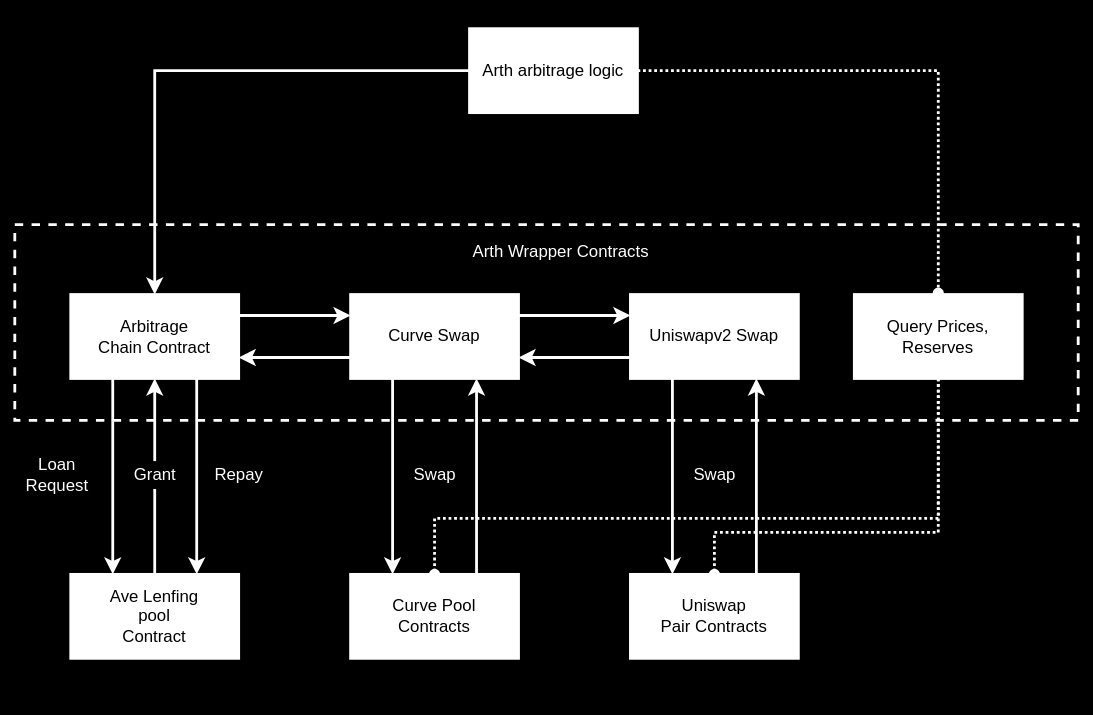
arth-arbitrage/arth-contract keeps this draw.io diagram as docs/chain-contract.drawio.svg. Above is the earlier version. Source tidied: cells renumbered, new cells last; positions are measured from the earlier drawing's top-left corner, leaving out a move shared by most shapes. Its diagram source:
```xml
<mxGraphModel background="#000000">
  <root>
    <mxCell id="0" />
    <mxCell id="1" parent="0" />
    <mxCell id="2" style="rounded=0;whiteSpace=wrap;html=1;strokeColor=#006EAF;strokeWidth=1;opacity=0;perimeterSpacing=1;fontColor=#ffffff;fillColor=#FFFFFF;" parent="1" vertex="1">
      <mxGeometry width="780" height="510" as="geometry" />
    </mxCell>
    <mxCell id="3" style="whiteSpace=wrap;html=1;align=left;dashed=1;fillColor=none;perimeterSpacing=1;strokeWidth=2;strokeColor=#FFFFFF;" parent="1" vertex="1">
      <mxGeometry x="10" y="160" width="760" height="140" as="geometry" />
    </mxCell>
    <mxCell id="4" style="edgeStyle=none;rounded=0;jettySize=auto;html=1;exitX=1;exitY=0.25;exitDx=0;exitDy=0;entryX=0;entryY=0.25;entryDx=0;entryDy=0;strokeColor=#FFFFFF;strokeWidth=2;" parent="1" edge="1" source="7" target="10">
      <mxGeometry relative="1" as="geometry" />
    </mxCell>
    <mxCell id="5" style="edgeStyle=none;rounded=0;jettySize=auto;html=1;exitX=0;exitY=0.75;exitDx=0;exitDy=0;entryX=1;entryY=0.75;entryDx=0;entryDy=0;strokeColor=#FFFFFF;strokeWidth=2;" parent="1" edge="1" source="7" target="23">
      <mxGeometry relative="1" as="geometry" />
    </mxCell>
    <mxCell id="6" style="edgeStyle=none;rounded=0;jettySize=auto;html=1;exitX=0.25;exitY=1;exitDx=0;exitDy=0;entryX=0.25;entryY=0;entryDx=0;entryDy=0;strokeColor=#FFFFFF;strokeWidth=2;" parent="1" edge="1" source="7" target="17">
      <mxGeometry relative="1" as="geometry" />
    </mxCell>
    <mxCell id="7" value="Curve Swap" style="whiteSpace=wrap;html=1;strokeColor=#FFFFFF;strokeWidth=2;" parent="1" vertex="1">
      <mxGeometry x="250" y="210" width="120" height="60" as="geometry" />
    </mxCell>
    <mxCell id="8" style="edgeStyle=none;rounded=0;jettySize=auto;html=1;exitX=0;exitY=0.75;exitDx=0;exitDy=0;entryX=1;entryY=0.75;entryDx=0;entryDy=0;strokeColor=#FFFFFF;strokeWidth=2;" parent="1" edge="1" source="10" target="7">
      <mxGeometry relative="1" as="geometry" />
    </mxCell>
    <mxCell id="9" style="edgeStyle=none;rounded=0;jettySize=auto;html=1;exitX=0.25;exitY=1;exitDx=0;exitDy=0;entryX=0.25;entryY=0;entryDx=0;entryDy=0;strokeColor=#FFFFFF;strokeWidth=2;" parent="1" edge="1" source="10" target="19">
      <mxGeometry relative="1" as="geometry" />
    </mxCell>
    <mxCell id="10" value="Uniswapv2 Swap" style="whiteSpace=wrap;html=1;strokeColor=#FFFFFF;strokeWidth=2;" parent="1" vertex="1">
      <mxGeometry x="450" y="210" width="120" height="60" as="geometry" />
    </mxCell>
    <mxCell id="11" style="edgeStyle=none;rounded=0;jettySize=auto;html=1;exitX=0.5;exitY=0;exitDx=0;exitDy=0;entryX=0.5;entryY=1;entryDx=0;entryDy=0;strokeColor=#FFFFFF;strokeWidth=2;" parent="1" edge="1" source="12" target="23">
      <mxGeometry relative="1" as="geometry" />
    </mxCell>
    <mxCell id="12" value="Ave Lenfing &lt;br&gt;pool&lt;br&gt;Contract" style="whiteSpace=wrap;html=1;strokeColor=#FFFFFF;strokeWidth=2;" parent="1" vertex="1">
      <mxGeometry x="50" y="410" width="120" height="60" as="geometry" />
    </mxCell>
    <mxCell id="13" style="edgeStyle=orthogonalEdgeStyle;rounded=0;jettySize=auto;html=1;entryX=0.5;entryY=0;entryDx=0;entryDy=0;strokeColor=#FFFFFF;strokeWidth=2;" parent="1" edge="1" source="15" target="23">
      <mxGeometry relative="1" as="geometry" />
    </mxCell>
    <mxCell id="14" style="edgeStyle=orthogonalEdgeStyle;rounded=0;jettySize=auto;html=1;dashed=1;dashPattern=1 1;endArrow=oval;endFill=1;targetPerimeterSpacing=1;strokeColor=#FFFFFF;strokeWidth=2;" parent="1" edge="1" source="15" target="30">
      <mxGeometry relative="1" as="geometry" />
    </mxCell>
    <mxCell id="15" value="Arth arbitrage logic" style="whiteSpace=wrap;html=1;strokeColor=#FFFFFF;strokeWidth=2;" parent="1" vertex="1">
      <mxGeometry x="335" y="20" width="120" height="60" as="geometry" />
    </mxCell>
    <mxCell id="16" style="edgeStyle=none;rounded=0;jettySize=auto;html=1;exitX=0.75;exitY=0;exitDx=0;exitDy=0;entryX=0.75;entryY=1;entryDx=0;entryDy=0;strokeColor=#FFFFFF;strokeWidth=2;" parent="1" edge="1" source="17" target="7">
      <mxGeometry relative="1" as="geometry" />
    </mxCell>
    <mxCell id="17" value="Curve Pool &lt;br&gt;Contracts" style="whiteSpace=wrap;html=1;strokeColor=#FFFFFF;strokeWidth=2;" parent="1" vertex="1">
      <mxGeometry x="250" y="410" width="120" height="60" as="geometry" />
    </mxCell>
    <mxCell id="18" style="edgeStyle=none;rounded=0;jettySize=auto;html=1;exitX=0.75;exitY=0;exitDx=0;exitDy=0;entryX=0.75;entryY=1;entryDx=0;entryDy=0;strokeColor=#FFFFFF;strokeWidth=2;" parent="1" edge="1" source="19" target="10">
      <mxGeometry relative="1" as="geometry" />
    </mxCell>
    <mxCell id="19" value="Uniswap &lt;br&gt;Pair Contracts" style="whiteSpace=wrap;html=1;strokeColor=#FFFFFF;strokeWidth=2;" parent="1" vertex="1">
      <mxGeometry x="450" y="410" width="120" height="60" as="geometry" />
    </mxCell>
    <mxCell id="20" style="edgeStyle=none;rounded=0;jettySize=auto;html=1;exitX=1;exitY=0.25;exitDx=0;exitDy=0;entryX=0;entryY=0.25;entryDx=0;entryDy=0;strokeColor=#FFFFFF;strokeWidth=2;" parent="1" edge="1" source="23" target="7">
      <mxGeometry relative="1" as="geometry" />
    </mxCell>
    <mxCell id="21" style="edgeStyle=none;rounded=0;jettySize=auto;html=1;exitX=0.25;exitY=1;exitDx=0;exitDy=0;entryX=0.25;entryY=0;entryDx=0;entryDy=0;strokeColor=#FFFFFF;strokeWidth=2;" parent="1" edge="1" source="23" target="12">
      <mxGeometry relative="1" as="geometry" />
    </mxCell>
    <mxCell id="22" style="edgeStyle=none;rounded=0;jettySize=auto;html=1;exitX=0.75;exitY=1;exitDx=0;exitDy=0;entryX=0.75;entryY=0;entryDx=0;entryDy=0;strokeColor=#FFFFFF;strokeWidth=2;" parent="1" edge="1" source="23" target="12">
      <mxGeometry relative="1" as="geometry" />
    </mxCell>
    <mxCell id="23" value="Arbitrage &lt;br&gt;Chain Contract" style="whiteSpace=wrap;html=1;strokeColor=#FFFFFF;strokeWidth=2;" parent="1" vertex="1">
      <mxGeometry x="50" y="210" width="120" height="60" as="geometry" />
    </mxCell>
    <mxCell id="24" value="Loan&lt;br&gt;Request" style="text;html=1;align=center;verticalAlign=middle;rounded=0;strokeWidth=1;fontColor=#FFFFFF;" parent="1" vertex="1">
      <mxGeometry x="10" y="324" width="60" height="30" as="geometry" />
    </mxCell>
    <mxCell id="25" value="Repay" style="text;html=1;align=center;verticalAlign=middle;fillColor=none;rounded=0;dashed=1;strokeWidth=2;fontColor=#FFFFFF;" parent="1" vertex="1">
      <mxGeometry x="145" y="329" width="50" height="20" as="geometry" />
    </mxCell>
    <mxCell id="26" value="Swap" style="text;html=1;align=center;verticalAlign=middle;rounded=0;dashed=1;strokeWidth=2;fontColor=#FFFFFF;" parent="1" vertex="1">
      <mxGeometry x="285" y="329" width="50" height="20" as="geometry" />
    </mxCell>
    <mxCell id="27" value="Swap" style="text;html=1;align=center;verticalAlign=middle;rounded=0;dashed=1;strokeWidth=2;fontColor=#FFFFFF;" parent="1" vertex="1">
      <mxGeometry x="485" y="329" width="50" height="20" as="geometry" />
    </mxCell>
    <mxCell id="28" style="edgeStyle=orthogonalEdgeStyle;rounded=0;jettySize=auto;html=1;exitX=0.5;exitY=1;exitDx=0;exitDy=0;entryX=0.5;entryY=0;entryDx=0;entryDy=0;endArrow=oval;endFill=1;dashed=1;dashPattern=1 1;fillColor=#1ba1e2;strokeColor=#FFFFFF;strokeWidth=2;" parent="1" edge="1" source="30" target="19">
      <mxGeometry relative="1" as="geometry">
        <Array as="points">
          <mxPoint x="670" y="380" />
          <mxPoint x="510" y="380" />
        </Array>
      </mxGeometry>
    </mxCell>
    <mxCell id="29" style="edgeStyle=orthogonalEdgeStyle;rounded=0;jettySize=auto;html=1;exitX=0.5;exitY=1;exitDx=0;exitDy=0;entryX=0.5;entryY=0;entryDx=0;entryDy=0;dashed=1;dashPattern=1 1;endArrow=oval;endFill=1;targetPerimeterSpacing=1;fillColor=#1ba1e2;strokeColor=#FFFFFF;strokeWidth=2;" parent="1" edge="1" source="30" target="17">
      <mxGeometry relative="1" as="geometry">
        <Array as="points">
          <mxPoint x="670" y="370" />
          <mxPoint x="310" y="370" />
        </Array>
      </mxGeometry>
    </mxCell>
    <mxCell id="30" value="Query Prices,&lt;br&gt;Reserves" style="whiteSpace=wrap;html=1;strokeColor=#FFFFFF;strokeWidth=2;" parent="1" vertex="1">
      <mxGeometry x="610" y="210" width="120" height="60" as="geometry" />
    </mxCell>
    <mxCell id="31" value="Grant" style="text;html=1;align=center;verticalAlign=middle;rounded=0;dashed=1;strokeWidth=1;fillColor=#000000;fontColor=#FFFFFF;" parent="1" vertex="1">
      <mxGeometry x="85" y="329" width="50" height="20" as="geometry" />
    </mxCell>
    <mxCell id="32" value="Arth Wrapper Contracts" style="text;html=1;align=center;verticalAlign=middle;fillColor=none;rounded=0;strokeWidth=1;fontColor=#FFFFFF;" parent="1" vertex="1">
      <mxGeometry x="330" y="170" width="140" height="20" as="geometry" />
    </mxCell>
  </root>
</mxGraphModel>
```
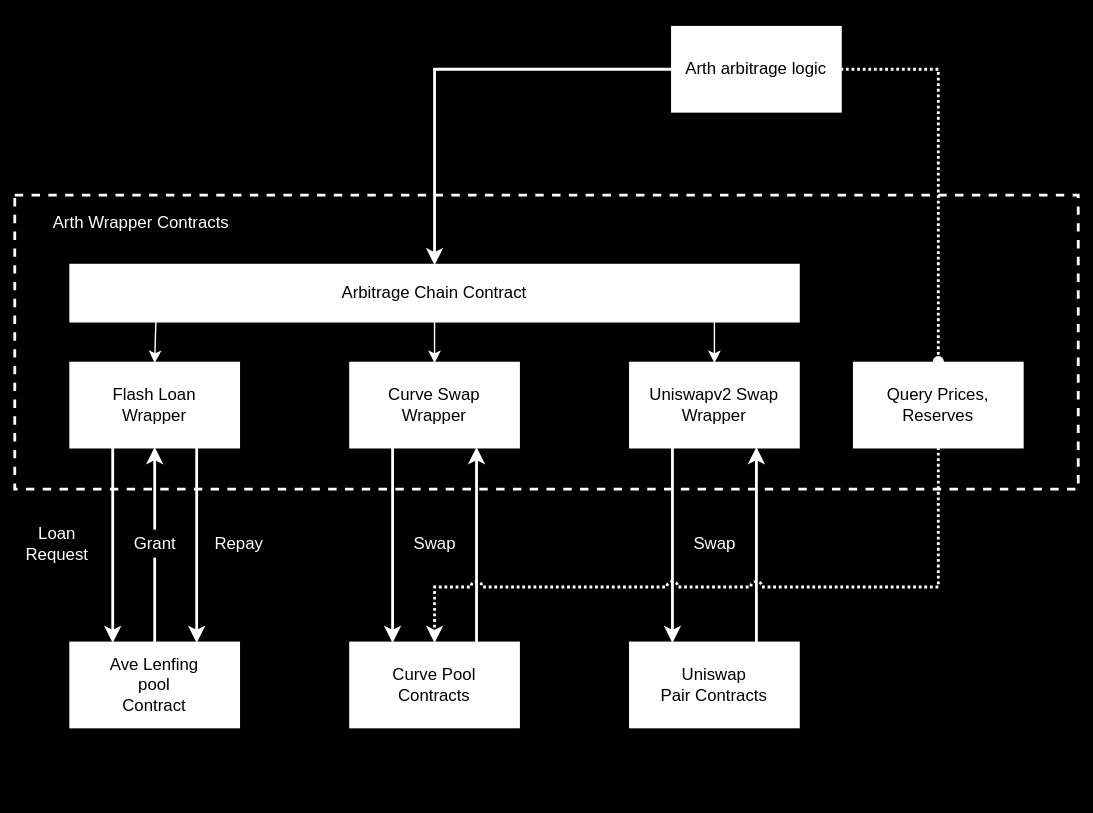
The same diagram one commit later.

Change to the diagram source:
```diff
@@ -3,30 +3,24 @@
     <mxCell id="0" />
     <mxCell id="1" parent="0" />
     <mxCell id="2" style="rounded=0;whiteSpace=wrap;html=1;strokeColor=#006EAF;strokeWidth=1;opacity=0;perimeterSpacing=1;fontColor=#ffffff;fillColor=#FFFFFF;" parent="1" vertex="1">
-      <mxGeometry width="780" height="510" as="geometry" />
+      <mxGeometry y="-49" width="780" height="580" as="geometry" />
     </mxCell>
     <mxCell id="3" style="whiteSpace=wrap;html=1;align=left;dashed=1;fillColor=none;perimeterSpacing=1;strokeWidth=2;strokeColor=#FFFFFF;" parent="1" vertex="1">
-      <mxGeometry x="10" y="160" width="760" height="140" as="geometry" />
+      <mxGeometry x="10" y="90" width="760" height="210" as="geometry" />
     </mxCell>
-    <mxCell id="4" style="edgeStyle=none;rounded=0;jettySize=auto;html=1;exitX=1;exitY=0.25;exitDx=0;exitDy=0;entryX=0;entryY=0.25;entryDx=0;entryDy=0;strokeColor=#FFFFFF;strokeWidth=2;" parent="1" edge="1" source="7" target="10">
-      <mxGeometry relative="1" as="geometry" />
-    </mxCell>
-    <mxCell id="5" style="edgeStyle=none;rounded=0;jettySize=auto;html=1;exitX=0;exitY=0.75;exitDx=0;exitDy=0;entryX=1;entryY=0.75;entryDx=0;entryDy=0;strokeColor=#FFFFFF;strokeWidth=2;" parent="1" edge="1" source="7" target="23">
-      <mxGeometry relative="1" as="geometry" />
-    </mxCell>
     <mxCell id="6" style="edgeStyle=none;rounded=0;jettySize=auto;html=1;exitX=0.25;exitY=1;exitDx=0;exitDy=0;entryX=0.25;entryY=0;entryDx=0;entryDy=0;strokeColor=#FFFFFF;strokeWidth=2;" parent="1" edge="1" source="7" target="17">
       <mxGeometry relative="1" as="geometry" />
     </mxCell>
-    <mxCell id="7" value="Curve Swap" style="whiteSpace=wrap;html=1;strokeColor=#FFFFFF;strokeWidth=2;" parent="1" vertex="1">
+    <mxCell id="7" value="Curve Swap&lt;br&gt;Wrapper" style="whiteSpace=wrap;html=1;strokeColor=#FFFFFF;strokeWidth=2;" parent="1" vertex="1">
       <mxGeometry x="250" y="210" width="120" height="60" as="geometry" />
     </mxCell>
-    <mxCell id="8" style="edgeStyle=none;rounded=0;jettySize=auto;html=1;exitX=0;exitY=0.75;exitDx=0;exitDy=0;entryX=1;entryY=0.75;entryDx=0;entryDy=0;strokeColor=#FFFFFF;strokeWidth=2;" parent="1" edge="1" source="10" target="7">
-      <mxGeometry relative="1" as="geometry" />
-    </mxCell>
     <mxCell id="9" style="edgeStyle=none;rounded=0;jettySize=auto;html=1;exitX=0.25;exitY=1;exitDx=0;exitDy=0;entryX=0.25;entryY=0;entryDx=0;entryDy=0;strokeColor=#FFFFFF;strokeWidth=2;" parent="1" edge="1" source="10" target="19">
       <mxGeometry relative="1" as="geometry" />
     </mxCell>
+    <mxCell id="33" style="edgeStyle=orthogonalEdgeStyle;rounded=0;jettySize=auto;html=1;exitX=0.887;exitY=0.975;exitDx=0;exitDy=0;entryX=0.5;entryY=0;entryDx=0;entryDy=0;exitPerimeter=0;strokeColor=#FFFFFF;" parent="1" edge="1" source="37" target="10">
+      <mxGeometry relative="1" as="geometry" />
+    </mxCell>
-    <mxCell id="10" value="Uniswapv2 Swap" style="whiteSpace=wrap;html=1;strokeColor=#FFFFFF;strokeWidth=2;" parent="1" vertex="1">
+    <mxCell id="10" value="Uniswapv2 Swap&lt;br&gt;Wrapper" style="whiteSpace=wrap;html=1;strokeColor=#FFFFFF;strokeWidth=2;" parent="1" vertex="1">
       <mxGeometry x="450" y="210" width="120" height="60" as="geometry" />
     </mxCell>
     <mxCell id="11" style="edgeStyle=none;rounded=0;jettySize=auto;html=1;exitX=0.5;exitY=0;exitDx=0;exitDy=0;entryX=0.5;entryY=1;entryDx=0;entryDy=0;strokeColor=#FFFFFF;strokeWidth=2;" parent="1" edge="1" source="12" target="23">
@@ -35,14 +29,14 @@
     <mxCell id="12" value="Ave Lenfing &lt;br&gt;pool&lt;br&gt;Contract" style="whiteSpace=wrap;html=1;strokeColor=#FFFFFF;strokeWidth=2;" parent="1" vertex="1">
       <mxGeometry x="50" y="410" width="120" height="60" as="geometry" />
     </mxCell>
-    <mxCell id="13" style="edgeStyle=orthogonalEdgeStyle;rounded=0;jettySize=auto;html=1;entryX=0.5;entryY=0;entryDx=0;entryDy=0;strokeColor=#FFFFFF;strokeWidth=2;" parent="1" edge="1" source="15" target="23">
+    <mxCell id="13" style="edgeStyle=orthogonalEdgeStyle;rounded=0;jettySize=auto;html=1;strokeColor=#FFFFFF;strokeWidth=2;exitX=0;exitY=0.5;exitDx=0;exitDy=0;entryX=0.5;entryY=0;entryDx=0;entryDy=0;" parent="1" edge="1" source="15" target="37">
       <mxGeometry relative="1" as="geometry" />
     </mxCell>
     <mxCell id="14" style="edgeStyle=orthogonalEdgeStyle;rounded=0;jettySize=auto;html=1;dashed=1;dashPattern=1 1;endArrow=oval;endFill=1;targetPerimeterSpacing=1;strokeColor=#FFFFFF;strokeWidth=2;" parent="1" edge="1" source="15" target="30">
       <mxGeometry relative="1" as="geometry" />
     </mxCell>
     <mxCell id="15" value="Arth arbitrage logic" style="whiteSpace=wrap;html=1;strokeColor=#FFFFFF;strokeWidth=2;" parent="1" vertex="1">
-      <mxGeometry x="335" y="20" width="120" height="60" as="geometry" />
+      <mxGeometry x="480" y="-30" width="120" height="60" as="geometry" />
     </mxCell>
     <mxCell id="16" style="edgeStyle=none;rounded=0;jettySize=auto;html=1;exitX=0.75;exitY=0;exitDx=0;exitDy=0;entryX=0.75;entryY=1;entryDx=0;entryDy=0;strokeColor=#FFFFFF;strokeWidth=2;" parent="1" edge="1" source="17" target="7">
       <mxGeometry relative="1" as="geometry" />
@@ -53,19 +47,24 @@
     <mxCell id="18" style="edgeStyle=none;rounded=0;jettySize=auto;html=1;exitX=0.75;exitY=0;exitDx=0;exitDy=0;entryX=0.75;entryY=1;entryDx=0;entryDy=0;strokeColor=#FFFFFF;strokeWidth=2;" parent="1" edge="1" source="19" target="10">
       <mxGeometry relative="1" as="geometry" />
     </mxCell>
+    <mxCell id="34" style="edgeStyle=orthogonalEdgeStyle;rounded=0;jumpStyle=arc;jettySize=auto;html=1;exitX=0.5;exitY=0;exitDx=0;exitDy=0;entryX=0.5;entryY=0;entryDx=0;entryDy=0;" parent="1" edge="1" target="19">
+      <mxGeometry relative="1" as="geometry">
+        <mxPoint x="510" y="370" as="sourcePoint" />
+      </mxGeometry>
+    </mxCell>
     <mxCell id="19" value="Uniswap &lt;br&gt;Pair Contracts" style="whiteSpace=wrap;html=1;strokeColor=#FFFFFF;strokeWidth=2;" parent="1" vertex="1">
       <mxGeometry x="450" y="410" width="120" height="60" as="geometry" />
     </mxCell>
-    <mxCell id="20" style="edgeStyle=none;rounded=0;jettySize=auto;html=1;exitX=1;exitY=0.25;exitDx=0;exitDy=0;entryX=0;entryY=0.25;entryDx=0;entryDy=0;strokeColor=#FFFFFF;strokeWidth=2;" parent="1" edge="1" source="23" target="7">
-      <mxGeometry relative="1" as="geometry" />
-    </mxCell>
     <mxCell id="21" style="edgeStyle=none;rounded=0;jettySize=auto;html=1;exitX=0.25;exitY=1;exitDx=0;exitDy=0;entryX=0.25;entryY=0;entryDx=0;entryDy=0;strokeColor=#FFFFFF;strokeWidth=2;" parent="1" edge="1" source="23" target="12">
       <mxGeometry relative="1" as="geometry" />
     </mxCell>
     <mxCell id="22" style="edgeStyle=none;rounded=0;jettySize=auto;html=1;exitX=0.75;exitY=1;exitDx=0;exitDy=0;entryX=0.75;entryY=0;entryDx=0;entryDy=0;strokeColor=#FFFFFF;strokeWidth=2;" parent="1" edge="1" source="23" target="12">
       <mxGeometry relative="1" as="geometry" />
     </mxCell>
+    <mxCell id="35" style="edgeStyle=orthogonalEdgeStyle;rounded=0;jettySize=auto;html=1;exitX=0.117;exitY=1;exitDx=0;exitDy=0;entryX=0.5;entryY=0;entryDx=0;entryDy=0;exitPerimeter=0;strokeColor=#FFFFFF;" parent="1" edge="1" source="37" target="23">
+      <mxGeometry relative="1" as="geometry" />
+    </mxCell>
-    <mxCell id="23" value="Arbitrage &lt;br&gt;Chain Contract" style="whiteSpace=wrap;html=1;strokeColor=#FFFFFF;strokeWidth=2;" parent="1" vertex="1">
+    <mxCell id="23" value="Flash Loan&lt;br&gt;Wrapper" style="whiteSpace=wrap;html=1;strokeColor=#FFFFFF;strokeWidth=2;" parent="1" vertex="1">
       <mxGeometry x="50" y="210" width="120" height="60" as="geometry" />
     </mxCell>
     <mxCell id="24" value="Loan&lt;br&gt;Request" style="text;html=1;align=center;verticalAlign=middle;rounded=0;strokeWidth=1;fontColor=#FFFFFF;" parent="1" vertex="1">
@@ -80,15 +79,7 @@
     <mxCell id="27" value="Swap" style="text;html=1;align=center;verticalAlign=middle;rounded=0;dashed=1;strokeWidth=2;fontColor=#FFFFFF;" parent="1" vertex="1">
       <mxGeometry x="485" y="329" width="50" height="20" as="geometry" />
     </mxCell>
-    <mxCell id="28" style="edgeStyle=orthogonalEdgeStyle;rounded=0;jettySize=auto;html=1;exitX=0.5;exitY=1;exitDx=0;exitDy=0;entryX=0.5;entryY=0;entryDx=0;entryDy=0;endArrow=oval;endFill=1;dashed=1;dashPattern=1 1;fillColor=#1ba1e2;strokeColor=#FFFFFF;strokeWidth=2;" parent="1" edge="1" source="30" target="19">
-      <mxGeometry relative="1" as="geometry">
-        <Array as="points">
-          <mxPoint x="670" y="380" />
-          <mxPoint x="510" y="380" />
-        </Array>
-      </mxGeometry>
-    </mxCell>
-    <mxCell id="29" style="edgeStyle=orthogonalEdgeStyle;rounded=0;jettySize=auto;html=1;exitX=0.5;exitY=1;exitDx=0;exitDy=0;entryX=0.5;entryY=0;entryDx=0;entryDy=0;dashed=1;dashPattern=1 1;endArrow=oval;endFill=1;targetPerimeterSpacing=1;fillColor=#1ba1e2;strokeColor=#FFFFFF;strokeWidth=2;" parent="1" edge="1" source="30" target="17">
+    <mxCell id="29" style="edgeStyle=orthogonalEdgeStyle;rounded=0;jettySize=auto;html=1;exitX=0.5;exitY=1;exitDx=0;exitDy=0;entryX=0.5;entryY=0;entryDx=0;entryDy=0;dashed=1;dashPattern=1 1;endArrow=classic;endFill=1;targetPerimeterSpacing=1;fillColor=#1ba1e2;strokeColor=#FFFFFF;strokeWidth=2;jumpStyle=arc;" parent="1" edge="1" source="30" target="17">
       <mxGeometry relative="1" as="geometry">
         <Array as="points">
           <mxPoint x="670" y="370" />
@@ -103,7 +94,13 @@
       <mxGeometry x="85" y="329" width="50" height="20" as="geometry" />
     </mxCell>
     <mxCell id="32" value="Arth Wrapper Contracts" style="text;html=1;align=center;verticalAlign=middle;fillColor=none;rounded=0;strokeWidth=1;fontColor=#FFFFFF;" parent="1" vertex="1">
-      <mxGeometry x="330" y="170" width="140" height="20" as="geometry" />
+      <mxGeometry x="30" y="100" width="140" height="20" as="geometry" />
     </mxCell>
+    <mxCell id="36" style="edgeStyle=orthogonalEdgeStyle;rounded=0;jettySize=auto;html=1;entryX=0.5;entryY=0;entryDx=0;entryDy=0;strokeColor=#FFFFFF;" parent="1" edge="1" source="37" target="7">
+      <mxGeometry relative="1" as="geometry" />
+    </mxCell>
+    <mxCell id="37" value="Arbitrage Chain Contract" style="whiteSpace=wrap;html=1;strokeColor=#FFFFFF;strokeWidth=2;" parent="1" vertex="1">
+      <mxGeometry x="50" y="140" width="520" height="40" as="geometry" />
+    </mxCell>
   </root>
 </mxGraphModel>
```
